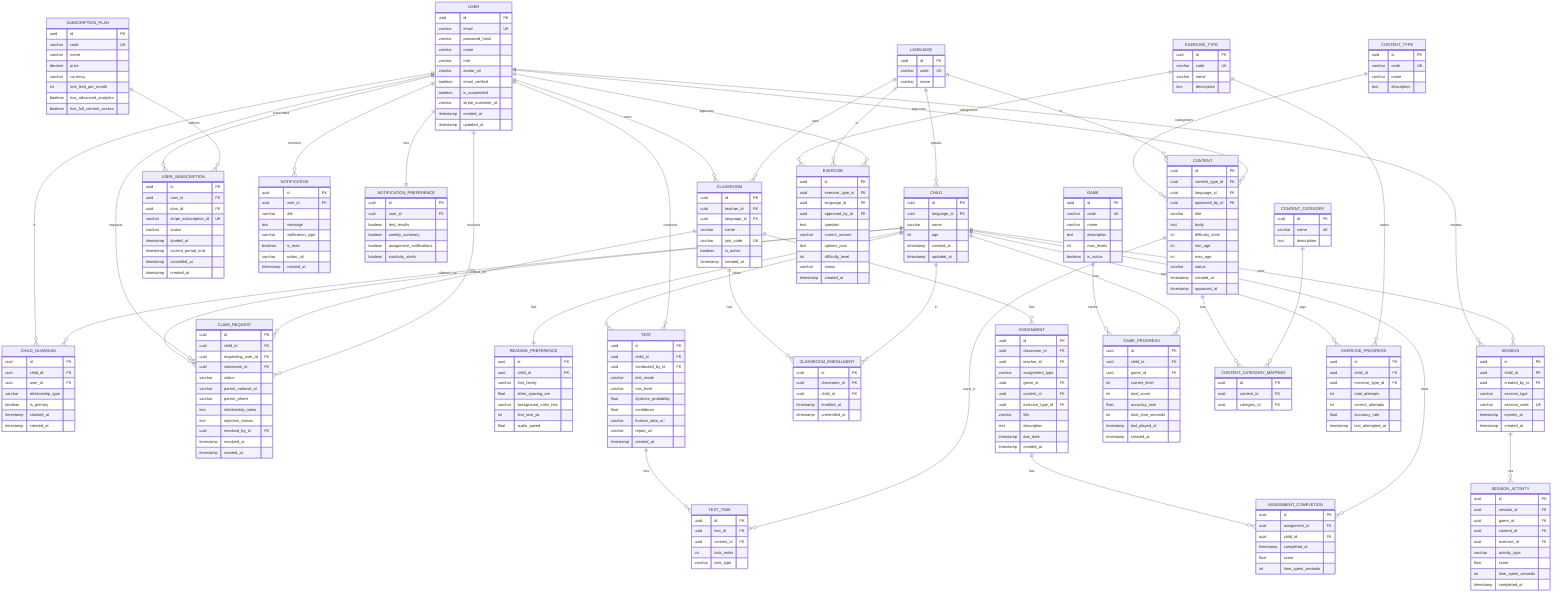
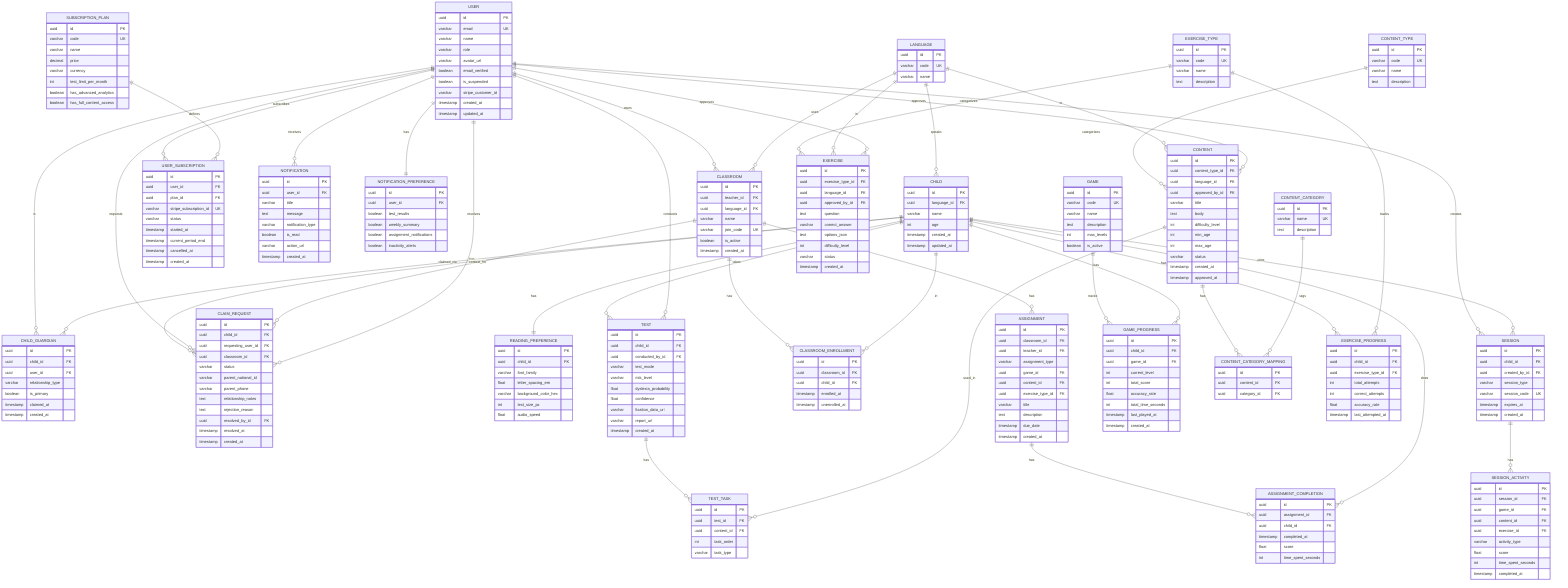
erDiagram
    LANGUAGE {
        uuid id PK
        varchar code UK
        varchar name
    }

    GAME {
        uuid id PK
        varchar code UK
        varchar name
        text description
        int max_levels
        boolean is_active
    }

    CONTENT_TYPE {
        uuid id PK
        varchar code UK
        varchar name
        text description
    }

    CONTENT_CATEGORY {
        uuid id PK
        varchar name UK
        text description
    }

    EXERCISE_TYPE {
        uuid id PK
        varchar code UK
        varchar name
        text description
    }

    SUBSCRIPTION_PLAN {
        uuid id PK
        varchar code UK
        varchar name
        decimal price
        varchar currency
        int test_limit_per_month
        boolean has_advanced_analytics
        boolean has_full_content_access
    }

    USER {
        uuid id PK
        varchar email UK
-         varchar password_hash
        varchar name
        varchar role
        varchar avatar_url
        boolean email_verified
        boolean is_suspended
        varchar stripe_customer_id
        timestamp created_at
        timestamp updated_at
    }

    USER_SUBSCRIPTION {
        uuid id PK
        uuid user_id FK
        uuid plan_id FK
        varchar stripe_subscription_id UK
        varchar status
        timestamp started_at
        timestamp current_period_end
        timestamp cancelled_at
        timestamp created_at
    }

    NOTIFICATION {
        uuid id PK
        uuid user_id FK
        varchar title
        text message
        varchar notification_type
        boolean is_read
        varchar action_url
        timestamp created_at
    }

    NOTIFICATION_PREFERENCE {
        uuid id PK
        uuid user_id FK
        boolean test_results
        boolean weekly_summary
        boolean assignment_notifications
        boolean inactivity_alerts
    }

    CHILD {
        uuid id PK
        uuid language_id FK
        varchar name
        int age
        timestamp created_at
        timestamp updated_at
    }

    CHILD_GUARDIAN {
        uuid id PK
        uuid child_id FK
        uuid user_id FK
        varchar relationship_type
        boolean is_primary
        timestamp claimed_at
        timestamp created_at
    }

    CLAIM_REQUEST {
        uuid id PK
        uuid child_id FK
        uuid requesting_user_id FK
        uuid classroom_id FK
        varchar status
        varchar parent_national_id
        varchar parent_phone
        text relationship_notes
        text rejection_reason
        uuid resolved_by_id FK
        timestamp resolved_at
        timestamp created_at
    }

    READING_PREFERENCE {
        uuid id PK
        uuid child_id FK
        varchar font_family
        float letter_spacing_em
        varchar background_color_hex
        int text_size_px
        float audio_speed
    }

    TEST {
        uuid id PK
        uuid child_id FK
        uuid conducted_by_id FK
        varchar test_mode
        varchar risk_level
        float dyslexia_probability
        float confidence
        varchar fixation_data_url
        varchar report_url
        timestamp created_at
    }

    TEST_TASK {
        uuid id PK
        uuid test_id FK
        uuid content_id FK
        int task_order
        varchar task_type
    }

    CLASSROOM {
        uuid id PK
        uuid teacher_id FK
        uuid language_id FK
        varchar name
        varchar join_code UK
        boolean is_active
        timestamp created_at
    }

    CLASSROOM_ENROLLMENT {
        uuid id PK
        uuid classroom_id FK
        uuid child_id FK
        timestamp enrolled_at
        timestamp unenrolled_at
    }

    ASSIGNMENT {
        uuid id PK
        uuid classroom_id FK
        uuid teacher_id FK
        varchar assignment_type
        uuid game_id FK
        uuid content_id FK
        uuid exercise_type_id FK
        varchar title
        text description
        timestamp due_date
        timestamp created_at
    }

    ASSIGNMENT_COMPLETION {
        uuid id PK
        uuid assignment_id FK
        uuid child_id FK
        timestamp completed_at
        float score
        int time_spent_seconds
    }

    SESSION {
        uuid id PK
        uuid child_id FK
        uuid created_by_id FK
        varchar session_type
        varchar session_code UK
        timestamp expires_at
        timestamp created_at
    }

    SESSION_ACTIVITY {
        uuid id PK
        uuid session_id FK
        uuid game_id FK
        uuid content_id FK
        uuid exercise_id FK
        varchar activity_type
        float score
        int time_spent_seconds
        timestamp completed_at
    }

    GAME_PROGRESS {
        uuid id PK
        uuid child_id FK
        uuid game_id FK
        int current_level
        int total_score
        float accuracy_rate
        int total_time_seconds
        timestamp last_played_at
        timestamp created_at
    }

    CONTENT {
        uuid id PK
        uuid content_type_id FK
        uuid language_id FK
        uuid approved_by_id FK
        varchar title
        text body
        int difficulty_level
        int min_age
        int max_age
        varchar status
        timestamp created_at
        timestamp approved_at
    }

    CONTENT_CATEGORY_MAPPING {
        uuid id PK
        uuid content_id FK
        uuid category_id FK
    }

    EXERCISE {
        uuid id PK
        uuid exercise_type_id FK
        uuid language_id FK
        uuid approved_by_id FK
        text question
        varchar correct_answer
        text options_json
        int difficulty_level
        varchar status
        timestamp created_at
    }

    EXERCISE_PROGRESS {
        uuid id PK
        uuid child_id FK
        uuid exercise_type_id FK
        int total_attempts
        int correct_attempts
        float accuracy_rate
        timestamp last_attempted_at
    }

    USER ||--o{ USER_SUBSCRIPTION : subscribes
    USER ||--o{ NOTIFICATION : receives
    USER ||--|| NOTIFICATION_PREFERENCE : has
    SUBSCRIPTION_PLAN ||--o{ USER_SUBSCRIPTION : defines

    USER ||--o{ CHILD_GUARDIAN : is
    CHILD ||--o{ CHILD_GUARDIAN : has
    CHILD ||--|| READING_PREFERENCE : has
    LANGUAGE ||--o{ CHILD : speaks

    CHILD ||--o{ CLAIM_REQUEST : claimed_via
    USER ||--o{ CLAIM_REQUEST : requests
    CLASSROOM ||--o{ CLAIM_REQUEST : context_for
    USER ||--o{ CLAIM_REQUEST : resolves

    CHILD ||--o{ TEST : takes
    USER ||--o{ TEST : conducts
    TEST ||--o{ TEST_TASK : has
    CONTENT ||--o{ TEST_TASK : used_in

    USER ||--o{ CLASSROOM : owns
    LANGUAGE ||--o{ CLASSROOM : uses
    CLASSROOM ||--o{ CLASSROOM_ENROLLMENT : has
    CHILD ||--o{ CLASSROOM_ENROLLMENT : in
    CLASSROOM ||--o{ ASSIGNMENT : has
    ASSIGNMENT ||--o{ ASSIGNMENT_COMPLETION : has
    CHILD ||--o{ ASSIGNMENT_COMPLETION : does

    USER ||--o{ SESSION : creates
    CHILD ||--o{ SESSION : joins
    SESSION ||--o{ SESSION_ACTIVITY : has

    GAME ||--o{ GAME_PROGRESS : tracks
    CHILD ||--o{ GAME_PROGRESS : has

    CONTENT_TYPE ||--o{ CONTENT : categorizes
    LANGUAGE ||--o{ CONTENT : in
    USER ||--o{ CONTENT : approves
    CONTENT ||--o{ CONTENT_CATEGORY_MAPPING : has
    CONTENT_CATEGORY ||--o{ CONTENT_CATEGORY_MAPPING : tags

    EXERCISE_TYPE ||--o{ EXERCISE : categorizes
    LANGUAGE ||--o{ EXERCISE : in
    USER ||--o{ EXERCISE : approves
    CHILD ||--o{ EXERCISE_PROGRESS : has
    EXERCISE_TYPE ||--o{ EXERCISE_PROGRESS : tracks
